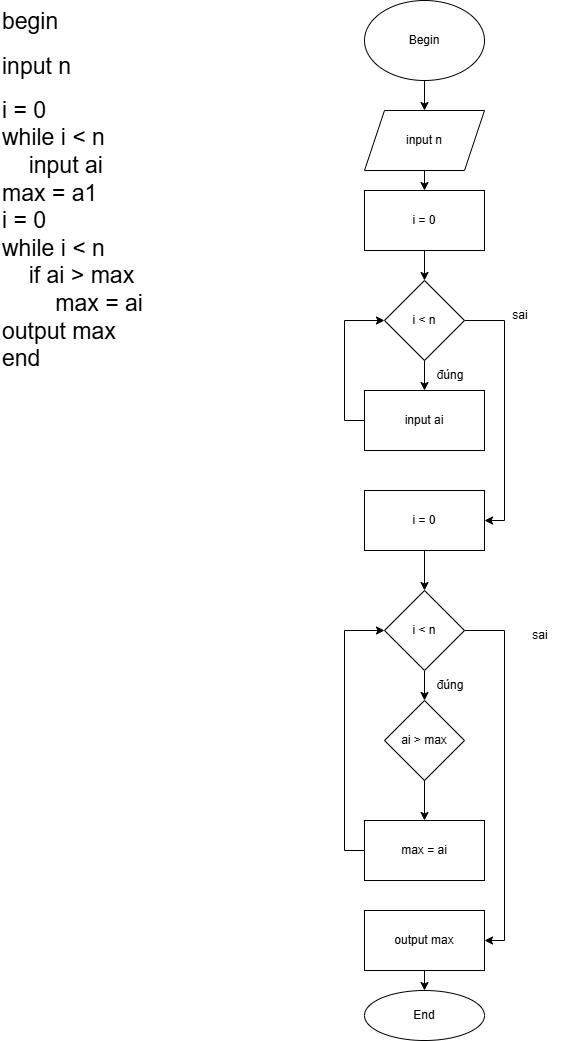
PhanThanhSum/C1025L1-JV105 keeps this draw.io diagram as ss3_pseudo_code_and_flowchart/bai_tap/tim_max_trong_day.png. Above is the earlier version. Source tidied: cells renumbered, new cells last; positions are measured from the earlier drawing's top-left corner, leaving out a move shared by most shapes. Source of this version:
```xml
<mxGraphModel>
  <root>
    <mxCell id="0" />
    <mxCell id="1" parent="0" />
    <mxCell id="2" value="&lt;h1 style=&quot;margin-top: 0px;&quot;&gt;&lt;span style=&quot;font-weight: normal;&quot;&gt;&lt;font style=&quot;font-size: 23px;&quot;&gt;begin&lt;/font&gt;&lt;/span&gt;&lt;/h1&gt;&lt;h1 style=&quot;margin-top: 0px;&quot;&gt;&lt;span style=&quot;font-weight: normal;&quot;&gt;&lt;font style=&quot;font-size: 23px;&quot;&gt;input n&lt;/font&gt;&lt;/span&gt;&lt;/h1&gt;&lt;div&gt;&lt;font style=&quot;font-size: 23px;&quot;&gt;i = 0&lt;/font&gt;&lt;/div&gt;&lt;div&gt;&lt;font style=&quot;font-size: 23px;&quot;&gt;while i &amp;lt; n&lt;/font&gt;&lt;/div&gt;&lt;div&gt;&lt;font style=&quot;font-size: 23px;&quot;&gt;&lt;span style=&quot;white-space: pre;&quot;&gt;&#9;&lt;/span&gt;input ai&lt;br&gt;&lt;/font&gt;&lt;/div&gt;&lt;div&gt;&lt;font style=&quot;font-size: 23px;&quot;&gt;max = a1&lt;/font&gt;&lt;/div&gt;&lt;div&gt;&lt;font style=&quot;font-size: 23px;&quot;&gt;i = 0&lt;/font&gt;&lt;/div&gt;&lt;div&gt;&lt;font style=&quot;font-size: 23px;&quot;&gt;while i &amp;lt; n&lt;/font&gt;&lt;/div&gt;&lt;div&gt;&lt;font style=&quot;font-size: 23px;&quot;&gt;&lt;span style=&quot;white-space: pre;&quot;&gt;&#9;&lt;/span&gt;if ai &amp;gt; max&lt;br&gt;&lt;/font&gt;&lt;/div&gt;&lt;div&gt;&lt;font style=&quot;font-size: 23px;&quot;&gt;&lt;span style=&quot;white-space: pre;&quot;&gt;&#9;&lt;/span&gt;&lt;span style=&quot;white-space: pre;&quot;&gt;&#9;&lt;/span&gt;max = ai&lt;br&gt;&lt;/font&gt;&lt;/div&gt;&lt;div&gt;&lt;font style=&quot;font-size: 23px;&quot;&gt;output max&lt;/font&gt;&lt;/div&gt;&lt;div&gt;&lt;font style=&quot;font-size: 23px;&quot;&gt;end&lt;/font&gt;&lt;/div&gt;" style="text;html=1;whiteSpace=wrap;overflow=hidden;rounded=0;" parent="1" vertex="1">
      <mxGeometry width="200" height="400" as="geometry" />
    </mxCell>
    <mxCell id="3" style="edgeStyle=orthogonalEdgeStyle;rounded=0;jettySize=auto;html=1;exitX=0.5;exitY=1;exitDx=0;exitDy=0;entryX=0.5;entryY=0;entryDx=0;entryDy=0;" parent="1" edge="1" source="4" target="6">
      <mxGeometry relative="1" as="geometry" />
    </mxCell>
    <mxCell id="4" value="Begin" style="ellipse;whiteSpace=wrap;html=1;" parent="1" vertex="1">
      <mxGeometry x="364" width="120" height="80" as="geometry" />
    </mxCell>
    <mxCell id="5" style="edgeStyle=orthogonalEdgeStyle;rounded=0;jettySize=auto;html=1;exitX=0.5;exitY=1;exitDx=0;exitDy=0;entryX=0.5;entryY=0;entryDx=0;entryDy=0;" parent="1" edge="1" source="6" target="8">
      <mxGeometry relative="1" as="geometry" />
    </mxCell>
    <mxCell id="6" value="input n" style="shape=parallelogram;perimeter=parallelogramPerimeter;whiteSpace=wrap;html=1;fixedSize=1;" parent="1" vertex="1">
      <mxGeometry x="364" y="110" width="120" height="60" as="geometry" />
    </mxCell>
    <mxCell id="7" style="edgeStyle=orthogonalEdgeStyle;rounded=0;jettySize=auto;html=1;exitX=0.5;exitY=1;exitDx=0;exitDy=0;entryX=0.5;entryY=0;entryDx=0;entryDy=0;" parent="1" edge="1" source="8" target="11">
      <mxGeometry relative="1" as="geometry" />
    </mxCell>
    <mxCell id="8" value="i = 0" style="rounded=0;whiteSpace=wrap;html=1;" parent="1" vertex="1">
      <mxGeometry x="364" y="190" width="120" height="60" as="geometry" />
    </mxCell>
    <mxCell id="9" style="edgeStyle=orthogonalEdgeStyle;rounded=0;jettySize=auto;html=1;exitX=0.5;exitY=1;exitDx=0;exitDy=0;entryX=0.5;entryY=0;entryDx=0;entryDy=0;" parent="1" edge="1" source="11" target="13">
      <mxGeometry relative="1" as="geometry" />
    </mxCell>
    <mxCell id="10" style="edgeStyle=orthogonalEdgeStyle;rounded=0;jettySize=auto;html=1;exitX=1;exitY=0.5;exitDx=0;exitDy=0;entryX=1;entryY=0.5;entryDx=0;entryDy=0;" parent="1" edge="1" source="11" target="16">
      <mxGeometry relative="1" as="geometry" />
    </mxCell>
    <mxCell id="11" value="i &amp;lt; n" style="rhombus;whiteSpace=wrap;html=1;" parent="1" vertex="1">
      <mxGeometry x="384" y="280" width="80" height="80" as="geometry" />
    </mxCell>
    <mxCell id="12" style="edgeStyle=orthogonalEdgeStyle;rounded=0;jettySize=auto;html=1;exitX=0;exitY=0.5;exitDx=0;exitDy=0;entryX=0;entryY=0.5;entryDx=0;entryDy=0;" parent="1" edge="1" source="13" target="11">
      <mxGeometry relative="1" as="geometry" />
    </mxCell>
    <mxCell id="13" value="input ai" style="rounded=0;whiteSpace=wrap;html=1;" parent="1" vertex="1">
      <mxGeometry x="364" y="390" width="120" height="60" as="geometry" />
    </mxCell>
    <mxCell id="14" value="đúng" style="text;html=1;whiteSpace=wrap;strokeColor=none;fillColor=none;align=center;verticalAlign=middle;rounded=0;" parent="1" vertex="1">
      <mxGeometry x="420" y="360" width="60" height="30" as="geometry" />
    </mxCell>
    <mxCell id="15" style="edgeStyle=orthogonalEdgeStyle;rounded=0;jettySize=auto;html=1;exitX=0.5;exitY=1;exitDx=0;exitDy=0;entryX=0.5;entryY=0;entryDx=0;entryDy=0;" parent="1" edge="1" source="16" target="19">
      <mxGeometry relative="1" as="geometry" />
    </mxCell>
    <mxCell id="16" value="i = 0" style="rounded=0;whiteSpace=wrap;html=1;" parent="1" vertex="1">
      <mxGeometry x="364" y="490" width="120" height="60" as="geometry" />
    </mxCell>
    <mxCell id="17" style="edgeStyle=orthogonalEdgeStyle;rounded=0;jettySize=auto;html=1;exitX=0.5;exitY=1;exitDx=0;exitDy=0;entryX=0.5;entryY=0;entryDx=0;entryDy=0;" parent="1" edge="1" source="19" target="21">
      <mxGeometry relative="1" as="geometry" />
    </mxCell>
    <mxCell id="18" style="edgeStyle=orthogonalEdgeStyle;rounded=0;jettySize=auto;html=1;exitX=1;exitY=0.5;exitDx=0;exitDy=0;entryX=1;entryY=0.5;entryDx=0;entryDy=0;" parent="1" edge="1" source="19" target="25">
      <mxGeometry relative="1" as="geometry" />
    </mxCell>
    <mxCell id="19" value="i &amp;lt; n" style="rhombus;whiteSpace=wrap;html=1;" parent="1" vertex="1">
      <mxGeometry x="384" y="590" width="80" height="80" as="geometry" />
    </mxCell>
    <mxCell id="20" style="edgeStyle=orthogonalEdgeStyle;rounded=0;jettySize=auto;html=1;exitX=0.5;exitY=1;exitDx=0;exitDy=0;entryX=0.5;entryY=0;entryDx=0;entryDy=0;" parent="1" edge="1" source="21" target="23">
      <mxGeometry relative="1" as="geometry" />
    </mxCell>
    <mxCell id="21" value="ai &amp;gt; max" style="rhombus;whiteSpace=wrap;html=1;" parent="1" vertex="1">
      <mxGeometry x="384" y="700" width="80" height="80" as="geometry" />
    </mxCell>
    <mxCell id="22" style="edgeStyle=orthogonalEdgeStyle;rounded=0;jettySize=auto;html=1;exitX=0;exitY=0.5;exitDx=0;exitDy=0;entryX=0;entryY=0.5;entryDx=0;entryDy=0;" parent="1" edge="1" source="23" target="19">
      <mxGeometry relative="1" as="geometry" />
    </mxCell>
    <mxCell id="23" value="max = ai" style="rounded=0;whiteSpace=wrap;html=1;" parent="1" vertex="1">
      <mxGeometry x="364" y="820" width="120" height="60" as="geometry" />
    </mxCell>
    <mxCell id="24" style="edgeStyle=orthogonalEdgeStyle;rounded=0;jettySize=auto;html=1;exitX=0.5;exitY=1;exitDx=0;exitDy=0;entryX=0.5;entryY=0;entryDx=0;entryDy=0;" parent="1" edge="1" source="25" target="26">
      <mxGeometry relative="1" as="geometry" />
    </mxCell>
    <mxCell id="25" value="output max" style="rounded=0;whiteSpace=wrap;html=1;" parent="1" vertex="1">
      <mxGeometry x="364" y="910" width="120" height="60" as="geometry" />
    </mxCell>
    <mxCell id="26" value="End" style="ellipse;whiteSpace=wrap;html=1;" parent="1" vertex="1">
      <mxGeometry x="364" y="990" width="120" height="50" as="geometry" />
    </mxCell>
    <mxCell id="27" value="sai" style="text;html=1;whiteSpace=wrap;strokeColor=none;fillColor=none;align=center;verticalAlign=middle;rounded=0;" parent="1" vertex="1">
      <mxGeometry x="490" y="300" width="60" height="30" as="geometry" />
    </mxCell>
    <mxCell id="28" value="đúng" style="text;html=1;whiteSpace=wrap;strokeColor=none;fillColor=none;align=center;verticalAlign=middle;rounded=0;" parent="1" vertex="1">
      <mxGeometry x="420" y="670" width="60" height="30" as="geometry" />
    </mxCell>
    <mxCell id="29" value="sai" style="text;html=1;whiteSpace=wrap;strokeColor=none;fillColor=none;align=center;verticalAlign=middle;rounded=0;" parent="1" vertex="1">
      <mxGeometry x="510" y="620" width="60" height="30" as="geometry" />
    </mxCell>
  </root>
</mxGraphModel>
```
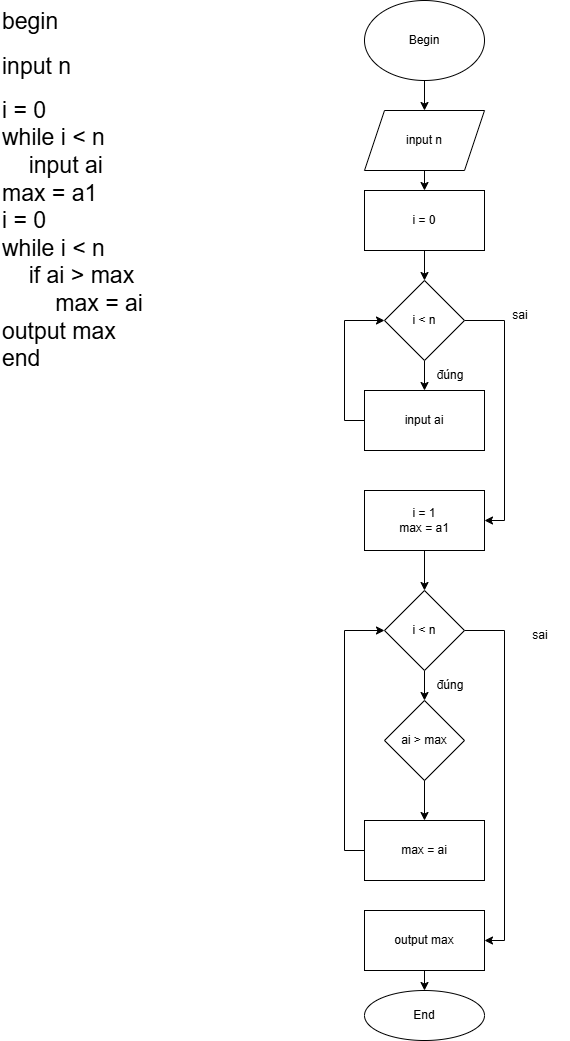
After the commit.

Commit message:
Sua bai tim max trong day

The edit, as a diff of the source:
```diff
@@ -44,7 +44,7 @@
     <mxCell id="15" style="edgeStyle=orthogonalEdgeStyle;rounded=0;jettySize=auto;html=1;exitX=0.5;exitY=1;exitDx=0;exitDy=0;entryX=0.5;entryY=0;entryDx=0;entryDy=0;" parent="1" edge="1" source="16" target="19">
       <mxGeometry relative="1" as="geometry" />
     </mxCell>
-    <mxCell id="16" value="i = 0" style="rounded=0;whiteSpace=wrap;html=1;" parent="1" vertex="1">
+    <mxCell id="16" value="i = 1&lt;div&gt;max = a1&lt;/div&gt;" style="rounded=0;whiteSpace=wrap;html=1;" parent="1" vertex="1">
       <mxGeometry x="364" y="490" width="120" height="60" as="geometry" />
     </mxCell>
     <mxCell id="17" style="edgeStyle=orthogonalEdgeStyle;rounded=0;jettySize=auto;html=1;exitX=0.5;exitY=1;exitDx=0;exitDy=0;entryX=0.5;entryY=0;entryDx=0;entryDy=0;" parent="1" edge="1" source="19" target="21">
```
